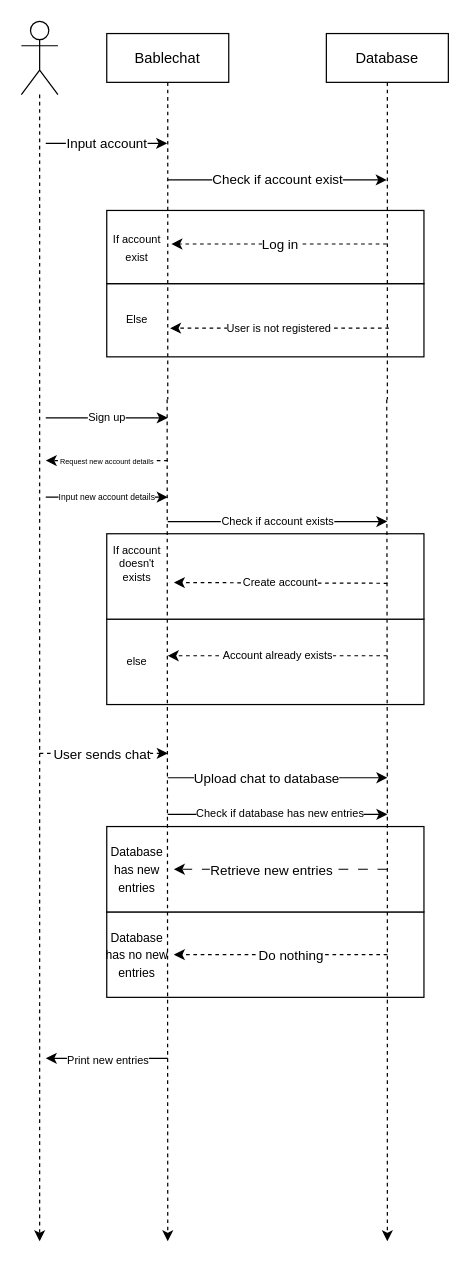
Above: Prog_Eksamen_Sekvens.drawio in Simon9877/prog-Eksamensprojekt (draw.io), before the change. Source tidied: cells renumbered, new cells numbered last; positions are measured from the earlier drawing's top-left corner, leaving out a move shared by most shapes. Both pictures are drawn from the tidied source at 122%, with x=0, y=0 at pixel (21, 21).
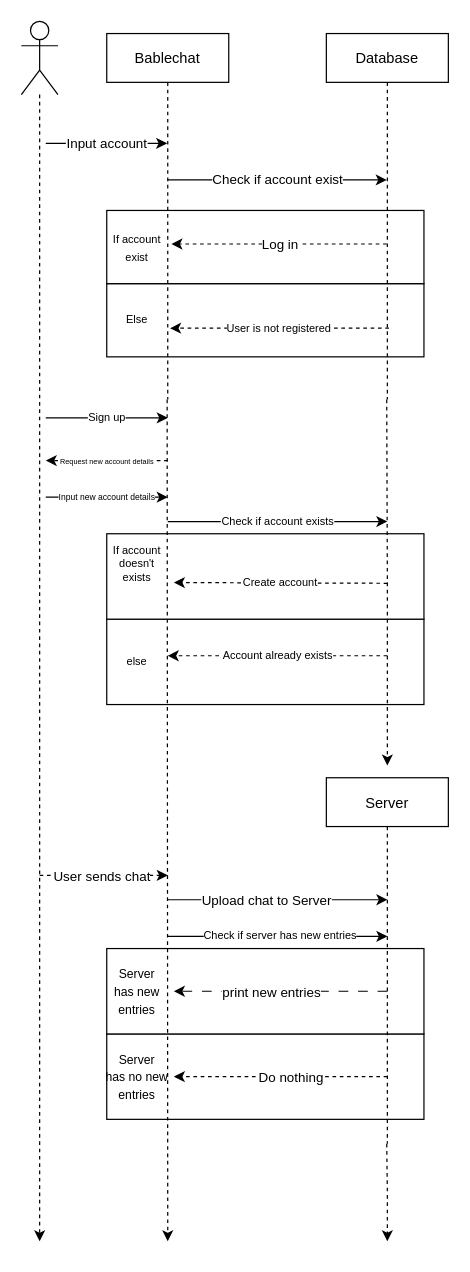
After the change.

The change refers to these unchanged cells:
```xml
<mxCell id="12" value="Database" style="shape=umlLifeline;perimeter=lifelinePerimeter;rounded=0;shadow=0;strokeWidth=1;" parent="1" vertex="1">
  <mxGeometry x="250" y="10" width="100" height="300" as="geometry" />
</mxCell>
```

Change to the diagram source:
```diff
@@
     <mxCell id="2" style="rounded=0;whiteSpace=wrap;html=1;fontSize=9;" parent="1" vertex="1">
-      <mxGeometry x="70" y="730" width="260" height="70" as="geometry" />
+      <mxGeometry x="70" y="830" width="260" height="70" as="geometry" />
     </mxCell>
     <mxCell id="3" style="rounded=0;whiteSpace=wrap;html=1;fontSize=9;" parent="1" vertex="1">
-      <mxGeometry x="70" y="660" width="260" height="70" as="geometry" />
+      <mxGeometry x="70" y="760" width="260" height="70" as="geometry" />
     </mxCell>
@@
     <mxCell id="11" style="edgeStyle=orthogonalEdgeStyle;rounded=0;jettySize=auto;html=1;dashed=1;strokeColor=default;fontSize=9;" parent="1" edge="1" source="12">
       <mxGeometry relative="1" as="geometry">
-        <mxPoint x="300" y="1000" as="targetPoint" />
+        <mxPoint x="300" y="610" as="targetPoint" />
       </mxGeometry>
     </mxCell>
@@
     <mxCell id="28" style="endArrow=classic;html=1;rounded=0;dashed=1;" parent="1" edge="1">
       <mxGeometry relative="1" as="geometry">
-        <mxPoint x="15" y="600" as="sourcePoint" />
-        <mxPoint x="120" y="600" as="targetPoint" />
+        <mxPoint x="15" y="700" as="sourcePoint" />
+        <mxPoint x="120" y="700" as="targetPoint" />
       </mxGeometry>
     </mxCell>
@@
     <mxCell id="30" style="endArrow=classic;html=1;rounded=0;" parent="1" edge="1">
       <mxGeometry relative="1" as="geometry">
-        <mxPoint x="120" y="620" as="sourcePoint" />
-        <mxPoint x="300" y="620" as="targetPoint" />
+        <mxPoint x="120" y="720" as="sourcePoint" />
+        <mxPoint x="300" y="720" as="targetPoint" />
       </mxGeometry>
     </mxCell>
-    <mxCell id="31" value="Upload chat to database" style="edgeLabel;html=1;align=center;verticalAlign=middle;" parent="30" vertex="1">
+    <mxCell id="31" value="Upload chat to Server" style="edgeLabel;html=1;align=center;verticalAlign=middle;" parent="30" vertex="1">
       <mxGeometry x="0.2" y="-2" relative="1" as="geometry">
         <mxPoint x="-28" y="-2" as="offset" />
       </mxGeometry>
     </mxCell>
     <mxCell id="32" style="endArrow=classic;html=1;rounded=0;" parent="1" edge="1">
       <mxGeometry relative="1" as="geometry">
-        <mxPoint x="120" y="650" as="sourcePoint" />
-        <mxPoint x="300" y="650" as="targetPoint" />
+        <mxPoint x="120" y="750" as="sourcePoint" />
+        <mxPoint x="300" y="750" as="targetPoint" />
       </mxGeometry>
     </mxCell>
-    <mxCell id="33" value="Check if database has new entries" style="edgeLabel;html=1;align=center;verticalAlign=middle;fontSize=9;" parent="32" vertex="1">
+    <mxCell id="33" value="Check if server has new entries" style="edgeLabel;html=1;align=center;verticalAlign=middle;fontSize=9;" parent="32" vertex="1">
       <mxGeometry x="-0.36" y="1" relative="1" as="geometry">
         <mxPoint x="33" as="offset" />
       </mxGeometry>
     </mxCell>
-    <mxCell id="34" value="&lt;font style=&quot;font-size: 10px;&quot;&gt;Database has new entries&lt;/font&gt;" style="text;html=1;strokeColor=none;fillColor=none;align=center;verticalAlign=middle;whiteSpace=wrap;rounded=0;" parent="1" vertex="1">
-      <mxGeometry x="65" y="680" width="60" height="30" as="geometry" />
+    <mxCell id="34" value="&lt;font style=&quot;font-size: 10px;&quot;&gt;Server&lt;br&gt;has new entries&lt;/font&gt;" style="text;html=1;strokeColor=none;fillColor=none;align=center;verticalAlign=middle;whiteSpace=wrap;rounded=0;" parent="1" vertex="1">
+      <mxGeometry x="65" y="780" width="60" height="30" as="geometry" />
     </mxCell>
-    <mxCell id="35" value="&lt;font style=&quot;font-size: 10px;&quot;&gt;Database has no new entries&lt;/font&gt;" style="text;html=1;strokeColor=none;fillColor=none;align=center;verticalAlign=middle;whiteSpace=wrap;rounded=0;" parent="1" vertex="1">
-      <mxGeometry x="65" y="750" width="60" height="30" as="geometry" />
+    <mxCell id="35" value="&lt;font style=&quot;font-size: 10px;&quot;&gt;Server&lt;br&gt;has no new entries&lt;/font&gt;" style="text;html=1;strokeColor=none;fillColor=none;align=center;verticalAlign=middle;whiteSpace=wrap;rounded=0;" parent="1" vertex="1">
+      <mxGeometry x="65" y="850" width="60" height="30" as="geometry" />
     </mxCell>
     <mxCell id="36" style="endArrow=classic;html=1;rounded=0;entryX=1;entryY=0.5;entryDx=0;entryDy=0;dashed=1;dashPattern=8 8;" parent="1" edge="1" target="34">
       <mxGeometry relative="1" as="geometry">
-        <mxPoint x="300" y="695" as="sourcePoint" />
+        <mxPoint x="300" y="795" as="sourcePoint" />
       </mxGeometry>
     </mxCell>
-    <mxCell id="37" value="Retrieve new entries" style="edgeLabel;html=1;align=center;verticalAlign=middle;" parent="36" vertex="1">
+    <mxCell id="37" value="print new entries" style="edgeLabel;html=1;align=center;verticalAlign=middle;" parent="36" vertex="1">
       <mxGeometry x="0.1" relative="1" as="geometry" />
     </mxCell>
     <mxCell id="38" style="endArrow=classic;html=1;rounded=0;entryX=1;entryY=0.5;entryDx=0;entryDy=0;dashed=1;" parent="1" edge="1" target="35">
       <mxGeometry relative="1" as="geometry">
-        <mxPoint x="300" y="765" as="sourcePoint" />
+        <mxPoint x="300" y="865" as="sourcePoint" />
       </mxGeometry>
     </mxCell>
@@
-    <mxCell id="40" style="endArrow=classic;html=1;rounded=0;" parent="1" edge="1">
-      <mxGeometry relative="1" as="geometry">
-        <mxPoint x="120" y="850" as="sourcePoint" />
-        <mxPoint x="20" y="850" as="targetPoint" />
-      </mxGeometry>
-    </mxCell>
-    <mxCell id="41" value="&lt;font style=&quot;font-size: 9px;&quot;&gt;Print new entries&lt;/font&gt;" style="edgeLabel;html=1;align=center;verticalAlign=middle;" parent="40" vertex="1">
-      <mxGeometry x="-0.3" y="-2" relative="1" as="geometry">
-        <mxPoint x="-15" y="2" as="offset" />
-      </mxGeometry>
-    </mxCell>
+    <mxCell id="42" style="edgeStyle=orthogonalEdgeStyle;rounded=0;jettySize=auto;html=1;dashed=1;strokeColor=default;fontSize=9;" parent="1" edge="1" source="43">
+      <mxGeometry relative="1" as="geometry">
+        <mxPoint x="300" y="1000" as="targetPoint" />
+      </mxGeometry>
+    </mxCell>
+    <mxCell id="43" value="Server" style="shape=umlLifeline;perimeter=lifelinePerimeter;rounded=0;shadow=0;strokeWidth=1;" parent="1" vertex="1">
+      <mxGeometry x="250" y="620" width="100" height="300" as="geometry" />
+    </mxCell>
```
